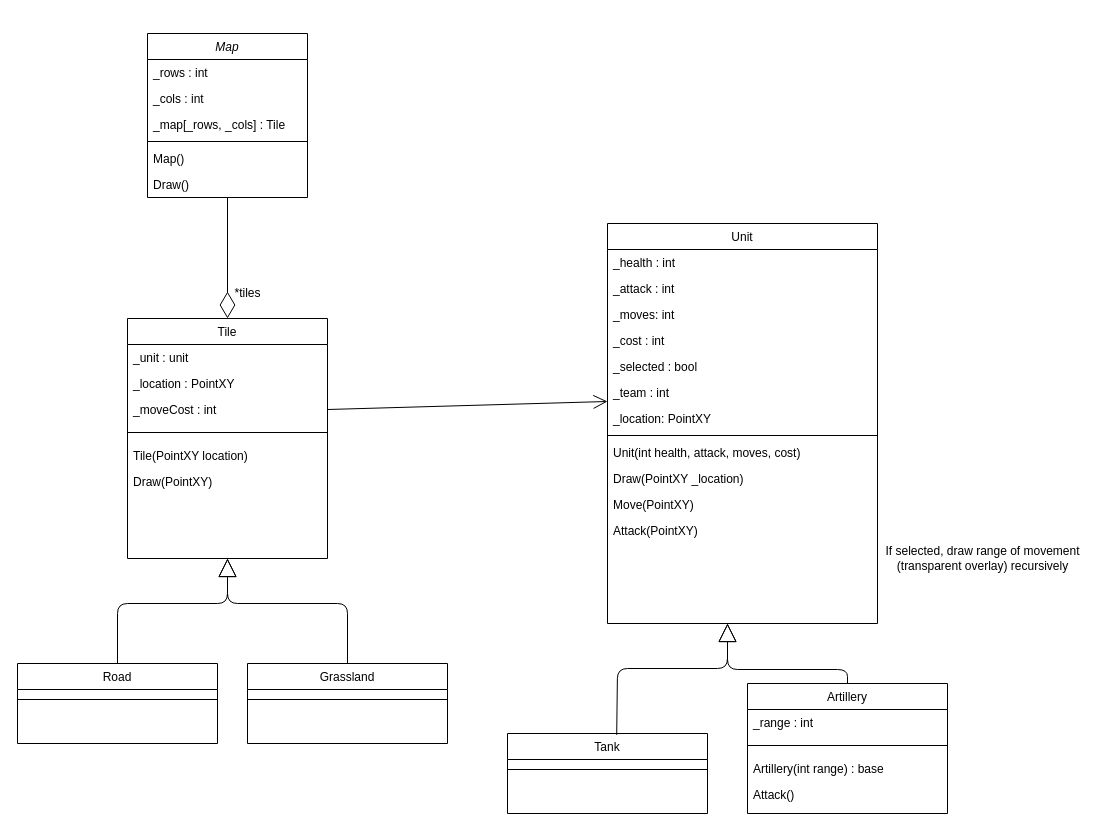
Panzer04/COS20007 keeps this draw.io diagram as CreditTask6.2/AdvanceWarsUML.drawio. Above is the earlier version. Source tidied: cells renumbered, new cells numbered last; positions are measured from the earlier drawing's top-left corner, leaving out a move shared by most shapes. Both pictures are drawn from the tidied source at 100%, with x=0, y=0 at pixel (17, 33).
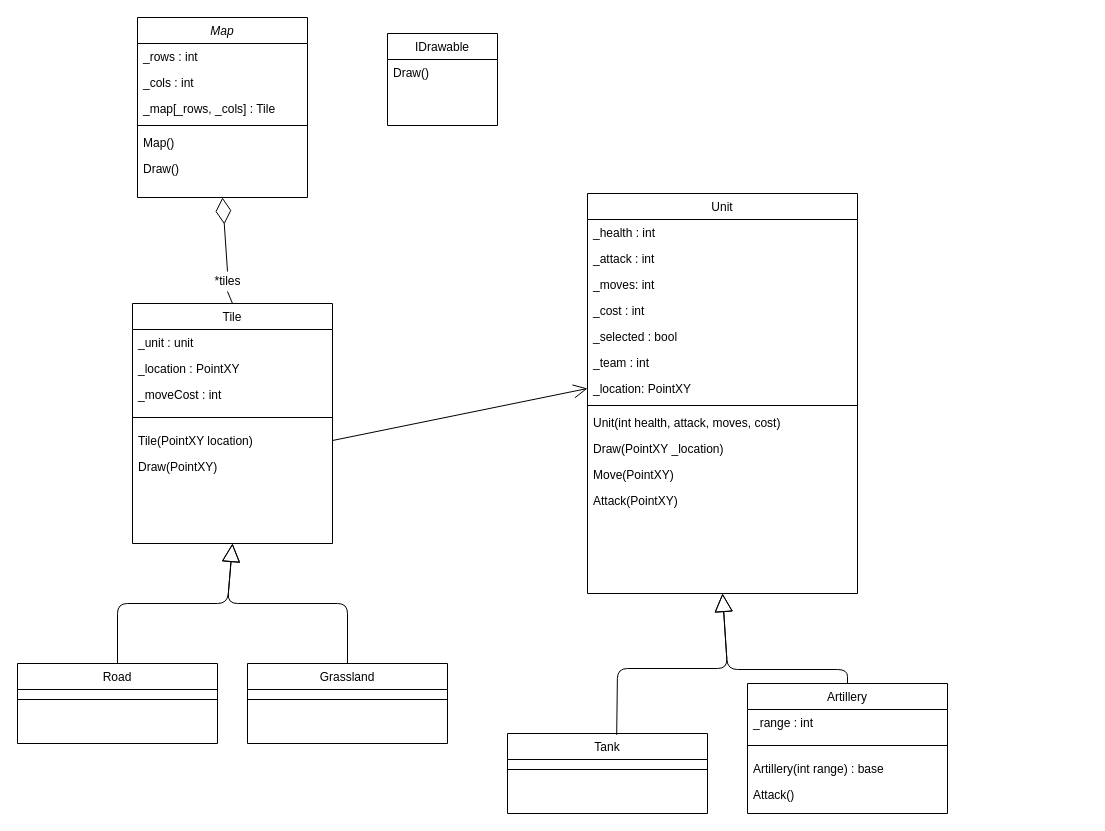
Above is the later version.

Unchanged cells that the change refers to:
```xml
<mxCell id="14" value="Tile(PointXY location)" style="text;align=left;verticalAlign=top;spacingLeft=4;spacingRight=4;overflow=hidden;points=[[0,0.5],[1,0.5]];portConstraint=eastwest;rounded=0;shadow=0;html=0;" parent="9" vertex="1">
  <mxGeometry y="124" width="200" height="26" as="geometry" />
</mxCell>
<mxCell id="22" value="_team : int" style="text;align=left;verticalAlign=top;spacingLeft=4;spacingRight=4;overflow=hidden;points=[[0,0.5],[1,0.5]];portConstraint=eastwest;" parent="16" vertex="1">
  <mxGeometry y="156" width="270" height="26" as="geometry" />
</mxCell>
<mxCell id="23" value="_location: PointXY" style="text;align=left;verticalAlign=top;spacingLeft=4;spacingRight=4;overflow=hidden;points=[[0,0.5],[1,0.5]];portConstraint=eastwest;" parent="16" vertex="1">
  <mxGeometry y="182" width="270" height="26" as="geometry" />
</mxCell>
<mxCell id="39" value="Tank" style="swimlane;fontStyle=0;align=center;verticalAlign=top;horizontal=1;startSize=26;rounded=0;shadow=0;strokeWidth=1;" parent="1" vertex="1">
  <mxGeometry x="490" y="700" width="200" height="80" as="geometry" />
</mxCell>
<mxCell id="41" value="Artillery" style="swimlane;fontStyle=0;align=center;verticalAlign=top;horizontal=1;startSize=26;rounded=0;shadow=0;strokeWidth=1;" parent="1" vertex="1">
  <mxGeometry x="730" y="650" width="200" height="130" as="geometry" />
</mxCell>
```

What changed in the source:
```diff
@@
     <mxCell id="2" value="Map" style="swimlane;fontStyle=2;align=center;verticalAlign=top;horizontal=1;startSize=26;rounded=0;shadow=0;strokeWidth=1;" parent="1" vertex="1">
-      <mxGeometry x="130" width="160" height="164" as="geometry" />
+      <mxGeometry x="120" y="-16" width="170" height="180" as="geometry" />
     </mxCell>
     <mxCell id="3" value="_rows : int" style="text;align=left;verticalAlign=top;spacingLeft=4;spacingRight=4;overflow=hidden;" parent="2" vertex="1">
-      <mxGeometry y="26" width="160" height="26" as="geometry" />
+      <mxGeometry y="26" width="170" height="26" as="geometry" />
     </mxCell>
     <mxCell id="4" value="_cols : int" style="text;align=left;verticalAlign=top;spacingLeft=4;spacingRight=4;overflow=hidden;rounded=0;shadow=0;html=0;" parent="2" vertex="1">
-      <mxGeometry y="52" width="160" height="26" as="geometry" />
+      <mxGeometry y="52" width="170" height="26" as="geometry" />
     </mxCell>
     <mxCell id="5" value="_map[_rows, _cols] : Tile" style="text;align=left;verticalAlign=top;spacingLeft=4;spacingRight=4;overflow=hidden;rounded=0;shadow=0;html=0;" parent="2" vertex="1">
-      <mxGeometry y="78" width="160" height="26" as="geometry" />
+      <mxGeometry y="78" width="170" height="26" as="geometry" />
     </mxCell>
     <mxCell id="6" style="line;html=1;strokeWidth=1;align=left;verticalAlign=middle;spacingTop=-1;spacingLeft=3;spacingRight=3;labelPosition=right;" parent="2" vertex="1">
-      <mxGeometry y="104" width="160" height="8" as="geometry" />
+      <mxGeometry y="104" width="170" height="8" as="geometry" />
     </mxCell>
     <mxCell id="7" value="Map() " style="text;align=left;verticalAlign=top;spacingLeft=4;spacingRight=4;overflow=hidden;" parent="2" vertex="1">
-      <mxGeometry y="112" width="160" height="26" as="geometry" />
+      <mxGeometry y="112" width="170" height="26" as="geometry" />
     </mxCell>
     <mxCell id="8" value="Draw()" style="text;align=left;verticalAlign=top;spacingLeft=4;spacingRight=4;overflow=hidden;" parent="2" vertex="1">
-      <mxGeometry y="138" width="160" height="26" as="geometry" />
+      <mxGeometry y="138" width="170" height="26" as="geometry" />
     </mxCell>
     <mxCell id="9" value="Tile" style="swimlane;fontStyle=0;align=center;verticalAlign=top;horizontal=1;startSize=26;rounded=0;shadow=0;strokeWidth=1;" parent="1" vertex="1">
-      <mxGeometry x="110" y="285" width="200" height="240" as="geometry" />
+      <mxGeometry x="115" y="270" width="200" height="240" as="geometry" />
     </mxCell>
@@
     <mxCell id="16" value="Unit" style="swimlane;fontStyle=0;align=center;verticalAlign=top;horizontal=1;startSize=26;rounded=0;shadow=0;strokeWidth=1;" parent="1" vertex="1">
-      <mxGeometry x="590" y="190" width="270" height="400" as="geometry" />
+      <mxGeometry x="570" y="160" width="270" height="400" as="geometry" />
     </mxCell>
@@
-    <mxCell id="29" style="endArrow=diamondThin;endFill=0;endSize=24;html=1;exitX=0.5;exitY=1;exitDx=0;exitDy=0;entryX=0.5;entryY=0;entryDx=0;entryDy=0;rounded=0;" parent="1" edge="1" source="2" target="9">
+    <mxCell id="29" style="endArrow=diamondThin;endFill=0;endSize=24;html=1;exitX=0.5;exitY=0;exitDx=0;exitDy=0;rounded=0;entryX=0.5;entryY=1;entryDx=0;entryDy=0;startArrow=none;" parent="1" edge="1" source="30" target="2">
       <mxGeometry relative="1" as="geometry" />
     </mxCell>
-    <mxCell id="30" value="*tiles" style="text;html=1;align=center;verticalAlign=middle;points=[];strokeColor=none;" parent="1" vertex="1">
-      <mxGeometry x="210" y="250" width="40" height="20" as="geometry" />
-    </mxCell>
-    <mxCell id="31" style="endArrow=open;endFill=1;endSize=12;html=1;exitX=1;exitY=0.5;exitDx=0;exitDy=0;entryX=0;entryY=0.846;entryDx=0;entryDy=0;entryPerimeter=0;" parent="1" edge="1" target="22">
-      <mxGeometry relative="1" as="geometry">
-        <mxPoint x="310" y="376" as="sourcePoint" />
-      </mxGeometry>
+    <mxCell id="31" style="endArrow=open;endFill=1;endSize=12;html=1;exitX=1;exitY=0.5;exitDx=0;exitDy=0;entryX=0;entryY=0.5;entryDx=0;entryDy=0;" parent="1" edge="1" source="14" target="23">
+      <mxGeometry relative="1" as="geometry" />
     </mxCell>
-    <mxCell id="32" value="If selected, draw range of movement &lt;br&gt;(transparent overlay) recursively" style="text;html=1;align=center;verticalAlign=middle;strokeColor=none;" parent="1" vertex="1">
-      <mxGeometry x="860" y="510" width="210" height="30" as="geometry" />
-    </mxCell>
@@
-    <mxCell id="46" style="endArrow=block;endSize=16;endFill=0;html=1;exitX=0.5;exitY=0;exitDx=0;exitDy=0;" parent="1" edge="1" source="41">
+    <mxCell id="46" style="endArrow=block;endSize=16;endFill=0;html=1;exitX=0.5;exitY=0;exitDx=0;exitDy=0;entryX=0.5;entryY=1;entryDx=0;entryDy=0;" parent="1" edge="1" source="41" target="16">
       <mxGeometry relative="1" as="geometry">
-        <mxPoint x="710" y="590" as="targetPoint" />
         <Array as="points">
           <mxPoint x="830" y="636" />
           <mxPoint x="710" y="636" />
         </Array>
       </mxGeometry>
     </mxCell>
-    <mxCell id="47" style="endArrow=block;endSize=16;endFill=0;html=1;entryX=0.5;entryY=1;entryDx=0;entryDy=0;exitX=0.546;exitY=0.017;exitDx=0;exitDy=0;exitPerimeter=0;" parent="1" edge="1" source="39">
+    <mxCell id="47" style="endArrow=block;endSize=16;endFill=0;html=1;exitX=0.546;exitY=0.017;exitDx=0;exitDy=0;exitPerimeter=0;entryX=0.5;entryY=1;entryDx=0;entryDy=0;" parent="1" edge="1" source="39" target="16">
       <mxGeometry relative="1" as="geometry">
-        <mxPoint x="710" y="590" as="targetPoint" />
         <Array as="points">
           <mxPoint x="600" y="635" />
           <mxPoint x="710" y="635" />
         </Array>
       </mxGeometry>
     </mxCell>
+    <mxCell id="48" value="IDrawable" style="swimlane;fontStyle=0;align=center;verticalAlign=top;horizontal=1;startSize=26;rounded=0;shadow=0;strokeWidth=1;whiteSpace=wrap;html=1;" parent="1" vertex="1">
+      <mxGeometry x="370" width="110" height="92" as="geometry" />
+    </mxCell>
+    <mxCell id="49" value="Draw()" style="text;align=left;verticalAlign=top;spacingLeft=4;spacingRight=4;overflow=hidden;" parent="48" vertex="1">
+      <mxGeometry y="26" width="110" height="26" as="geometry" />
+    </mxCell>
+    <mxCell id="30" value="*tiles" style="text;html=1;align=center;verticalAlign=middle;points=[];strokeColor=none;" parent="1" vertex="1">
+      <mxGeometry x="190" y="238" width="40" height="20" as="geometry" />
+    </mxCell>
+    <mxCell id="50" style="endArrow=none;endFill=0;endSize=24;html=1;exitX=0.5;exitY=0;exitDx=0;exitDy=0;rounded=0;entryX=0.5;entryY=1;entryDx=0;entryDy=0;" parent="1" edge="1" source="9" target="30">
+      <mxGeometry relative="1" as="geometry" />
+    </mxCell>
```
